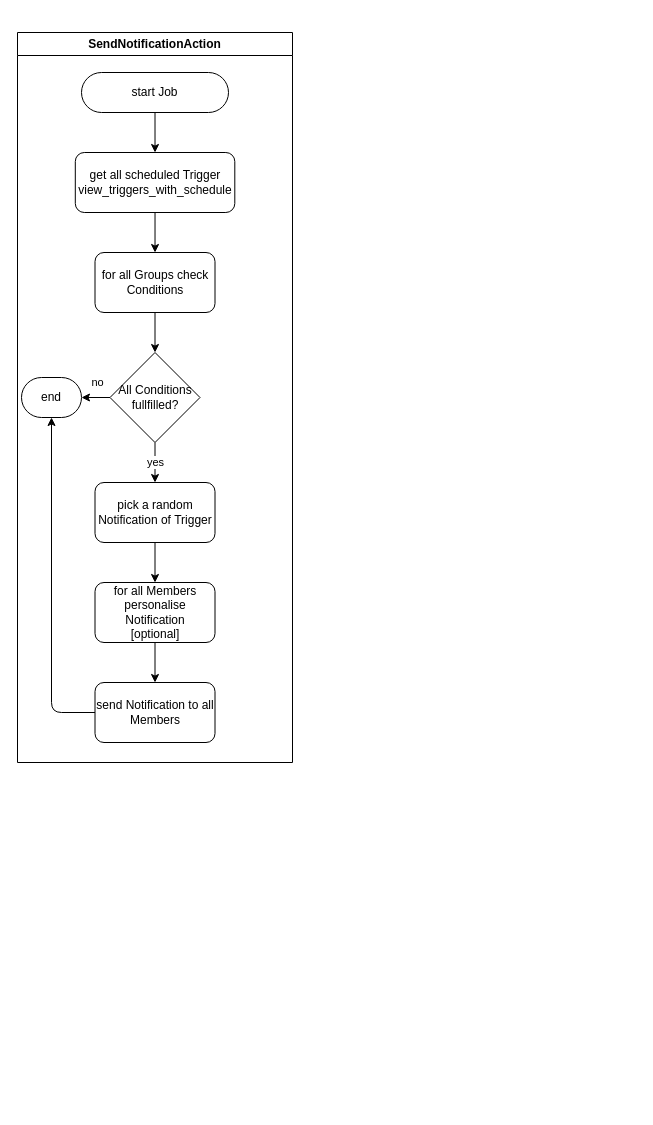
olHannes/WebPush-Docs keeps this draw.io diagram as Database/docs/action_flow.drawio. Above is the earlier version. Source tidied: cells renumbered, new cells numbered last; positions are measured from the earlier drawing's top-left corner, leaving out a move shared by most shapes. Both pictures are drawn from the tidied source at 100%, with x=0, y=0 at pixel (17, 32).
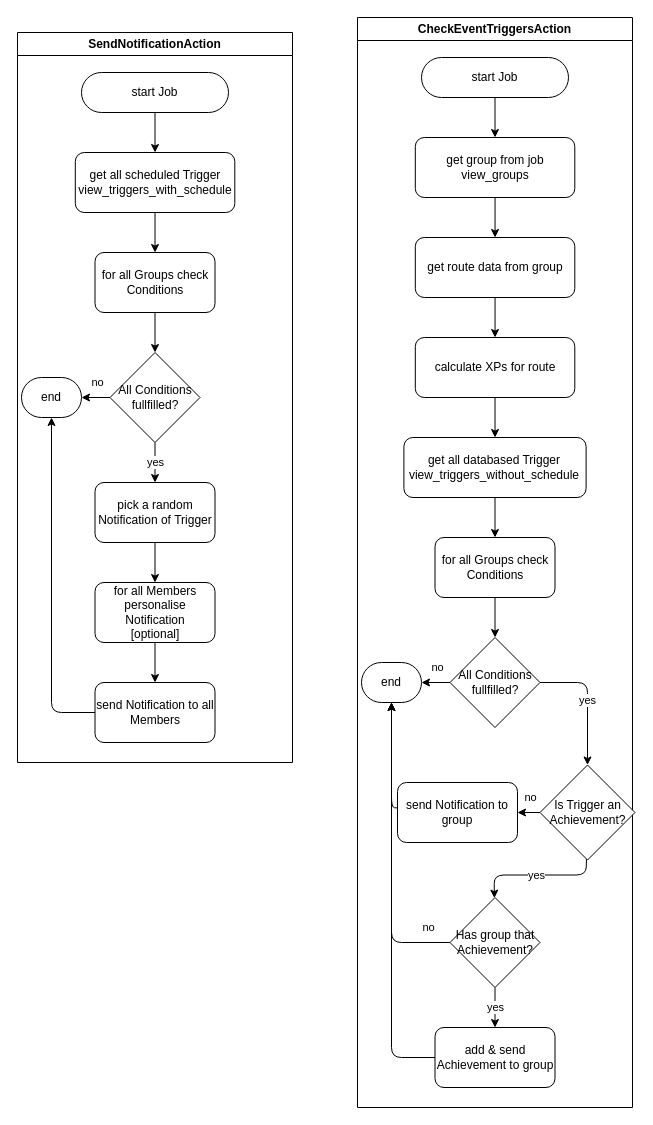
Above is the later version.

Commit message:
add flow for CheckEventTriggersAction

The edit, as a diff of the source:
```diff
@@
+    <mxCell id="19" value="CheckEventTriggersAction" style="swimlane;whiteSpace=wrap;html=1;startSize=23;" parent="1" vertex="1">
+      <mxGeometry x="340" y="-15" width="275" height="1090" as="geometry" />
+    </mxCell>
+    <mxCell id="20" style="edgeStyle=none;html=1;" parent="19" edge="1" source="21" target="23">
+      <mxGeometry relative="1" as="geometry" />
+    </mxCell>
+    <mxCell id="21" value="start Job" style="html=1;dashed=0;whiteSpace=wrap;shape=mxgraph.dfd.start;" parent="19" vertex="1">
+      <mxGeometry x="64" y="40" width="147" height="40" as="geometry" />
+    </mxCell>
+    <mxCell id="22" style="edgeStyle=none;html=1;" parent="19" edge="1" source="23" target="27">
+      <mxGeometry relative="1" as="geometry" />
+    </mxCell>
+    <mxCell id="23" value="get group from job&lt;div&gt;view_groups&lt;/div&gt;" style="rounded=1;whiteSpace=wrap;html=1;dashed=0;" parent="19" vertex="1">
+      <mxGeometry x="57.8" y="120" width="159.5" height="60" as="geometry" />
+    </mxCell>
+    <mxCell id="24" style="edgeStyle=none;html=1;" parent="19" edge="1" source="25" target="34">
+      <mxGeometry relative="1" as="geometry" />
+    </mxCell>
+    <mxCell id="25" value="&lt;span style=&quot;color: rgb(0, 0, 0);&quot;&gt;for all Groups check Conditions&lt;/span&gt;" style="rounded=1;whiteSpace=wrap;html=1;" parent="19" vertex="1">
+      <mxGeometry x="77.5" y="520" width="120" height="60" as="geometry" />
+    </mxCell>
+    <mxCell id="26" style="edgeStyle=none;html=1;" parent="19" edge="1" source="27" target="29">
+      <mxGeometry relative="1" as="geometry" />
+    </mxCell>
+    <mxCell id="27" value="get route data from group" style="rounded=1;whiteSpace=wrap;html=1;dashed=0;" parent="19" vertex="1">
+      <mxGeometry x="57.8" y="220" width="159.5" height="60" as="geometry" />
+    </mxCell>
+    <mxCell id="28" style="edgeStyle=none;html=1;" parent="19" edge="1" source="29" target="31">
+      <mxGeometry relative="1" as="geometry" />
+    </mxCell>
+    <mxCell id="29" value="calculate XPs for route" style="rounded=1;whiteSpace=wrap;html=1;dashed=0;" parent="19" vertex="1">
+      <mxGeometry x="57.8" y="320" width="159.5" height="60" as="geometry" />
+    </mxCell>
+    <mxCell id="30" style="edgeStyle=none;html=1;" parent="19" edge="1" source="31" target="25">
+      <mxGeometry relative="1" as="geometry" />
+    </mxCell>
+    <mxCell id="31" value="get all databased Trigger&lt;div&gt;view_triggers_without_schedule&lt;/div&gt;" style="rounded=1;whiteSpace=wrap;html=1;dashed=0;" parent="19" vertex="1">
+      <mxGeometry x="46.4" y="420" width="182.2" height="60" as="geometry" />
+    </mxCell>
+    <mxCell id="32" value="no" style="edgeStyle=none;html=1;" parent="19" edge="1" source="34" target="35">
+      <mxGeometry x="-0.12" y="-15" relative="1" as="geometry" />
+    </mxCell>
+    <mxCell id="33" value="yes" style="edgeStyle=none;html=1;" parent="19" edge="1" source="34" target="38">
+      <mxGeometry relative="1" as="geometry">
+        <Array as="points">
+          <mxPoint x="230" y="665" />
+        </Array>
+      </mxGeometry>
+    </mxCell>
+    <mxCell id="34" value="All Conditions fullfilled?" style="rhombus;whiteSpace=wrap;html=1;" parent="19" vertex="1">
+      <mxGeometry x="92.5" y="620" width="90" height="90" as="geometry" />
+    </mxCell>
+    <mxCell id="35" value="end" style="html=1;dashed=0;whiteSpace=wrap;shape=mxgraph.dfd.start;" parent="19" vertex="1">
+      <mxGeometry x="4" y="645" width="60" height="40" as="geometry" />
+    </mxCell>
+    <mxCell id="36" value="no" style="edgeStyle=none;html=1;" parent="19" edge="1" source="38" target="45">
+      <mxGeometry x="-0.12" y="-15" relative="1" as="geometry" />
+    </mxCell>
+    <mxCell id="37" value="yes" style="edgeStyle=none;html=1;" parent="19" edge="1" source="38" target="41">
+      <mxGeometry relative="1" as="geometry">
+        <Array as="points">
+          <mxPoint x="228.6" y="857.5" />
+          <mxPoint x="136.6" y="857.5" />
+        </Array>
+      </mxGeometry>
+    </mxCell>
+    <mxCell id="38" value="Is Trigger an Achievement?" style="rhombus;whiteSpace=wrap;html=1;" parent="19" vertex="1">
+      <mxGeometry x="182.5" y="747.5" width="95" height="95" as="geometry" />
+    </mxCell>
+    <mxCell id="39" value="no" style="edgeStyle=none;html=1;" parent="19" edge="1" source="41" target="35">
+      <mxGeometry x="-0.85" y="-15" relative="1" as="geometry">
+        <Array as="points">
+          <mxPoint x="34" y="925" />
+        </Array>
+      </mxGeometry>
+    </mxCell>
+    <mxCell id="40" value="yes" style="edgeStyle=none;html=1;" parent="19" edge="1" source="41" target="43">
+      <mxGeometry relative="1" as="geometry" />
+    </mxCell>
+    <mxCell id="41" value="Has group that Achievement?" style="rhombus;whiteSpace=wrap;html=1;" parent="19" vertex="1">
+      <mxGeometry x="92.5" y="880" width="90" height="90" as="geometry" />
+    </mxCell>
+    <mxCell id="42" style="edgeStyle=none;html=1;" parent="19" edge="1" source="43" target="35">
+      <mxGeometry relative="1" as="geometry">
+        <Array as="points">
+          <mxPoint x="34" y="1040" />
+        </Array>
+      </mxGeometry>
+    </mxCell>
+    <mxCell id="43" value="add &amp;amp; send Achievement to group" style="rounded=1;whiteSpace=wrap;html=1;" parent="19" vertex="1">
+      <mxGeometry x="77.5" y="1010" width="120" height="60" as="geometry" />
+    </mxCell>
+    <mxCell id="44" style="edgeStyle=none;html=1;" parent="19" edge="1" source="45" target="35">
+      <mxGeometry relative="1" as="geometry">
+        <Array as="points">
+          <mxPoint x="34" y="790" />
+        </Array>
+      </mxGeometry>
+    </mxCell>
+    <mxCell id="45" value="send Notification to group" style="rounded=1;whiteSpace=wrap;html=1;" parent="19" vertex="1">
+      <mxGeometry x="40" y="765" width="120" height="60" as="geometry" />
+    </mxCell>
```
